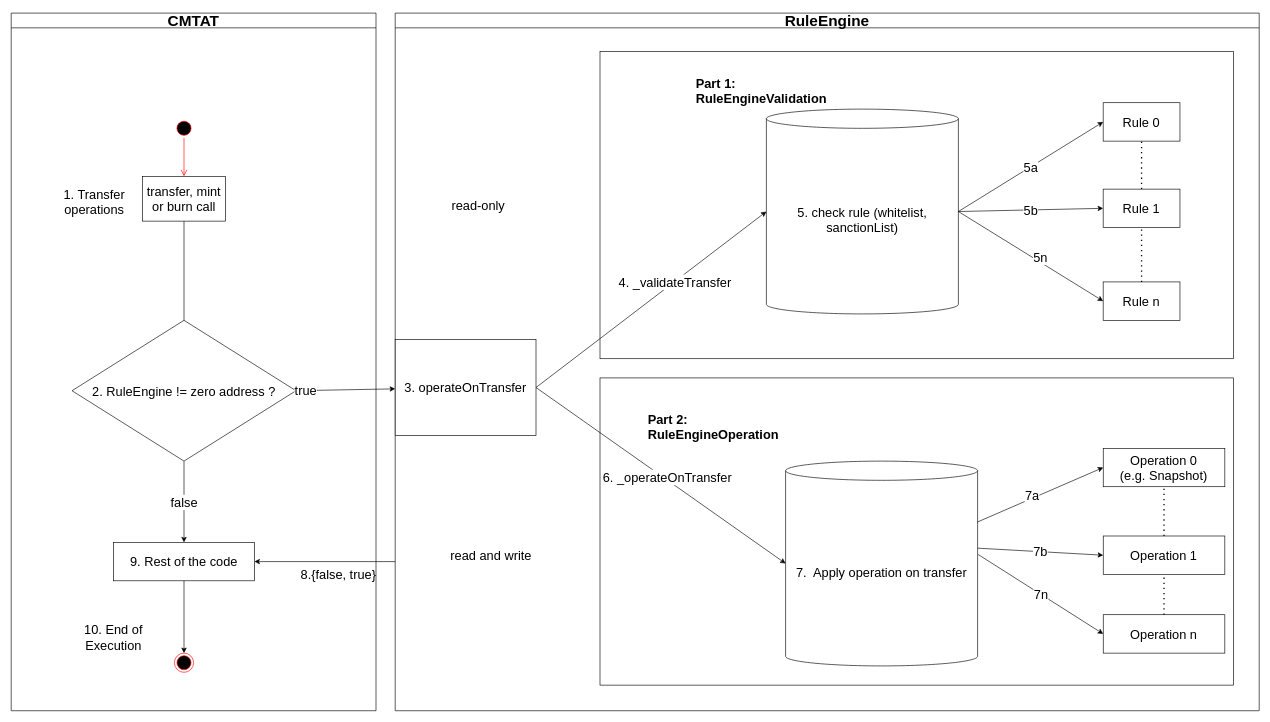
This is page "RuleEngine" (2 of 8) of doc/schema/drawio/Engine.drawio from CMTA/CMTAT, a draw.io file, before an edit. Source tidied: cells renumbered, new cells numbered last; positions are measured from the earlier drawing's top-left corner, leaving out a move shared by most shapes. Both pictures are drawn from the tidied source at 64%, with x=0, y=0 at pixel (11, 13).
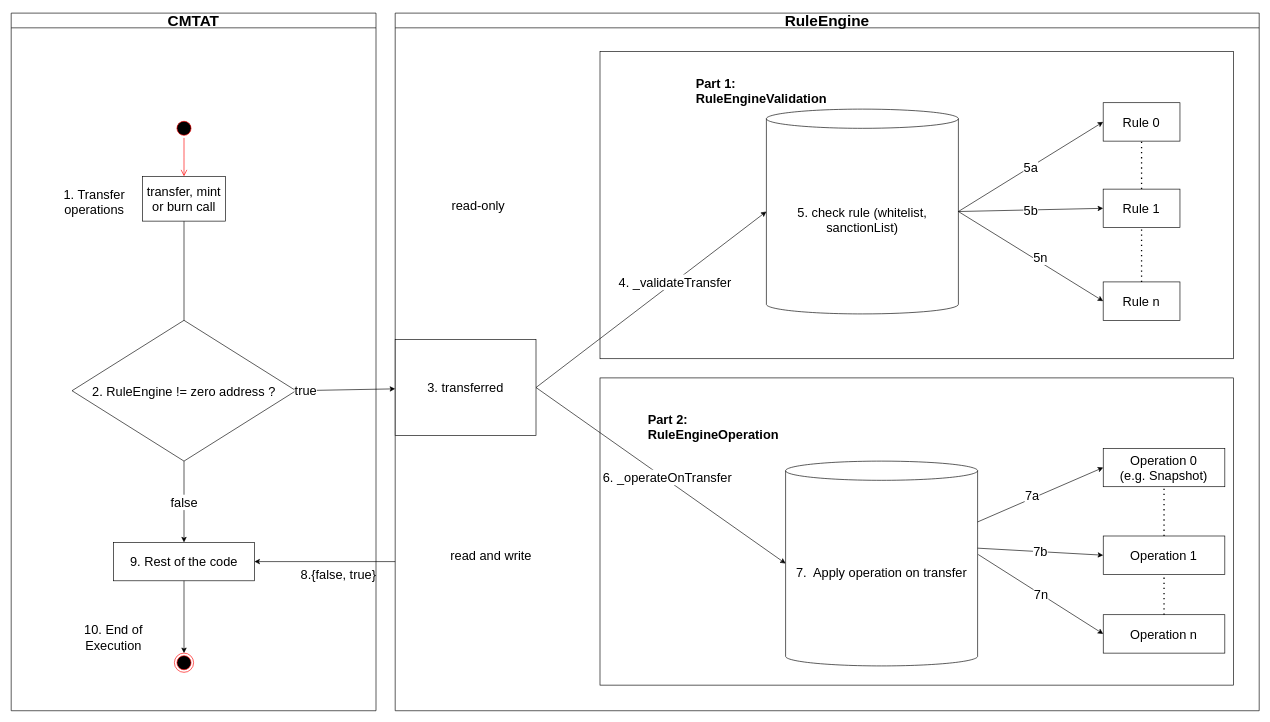
Above is the later version.

The change refers to these unchanged cells:
```xml
<mxCell id="4" value="&lt;font style=&quot;font-size: 24px;&quot;&gt;RuleEngine&lt;/font&gt;" style="swimlane;whiteSpace=wrap;html=1;fontSize=20;" parent="1" vertex="1">
  <mxGeometry x="600" width="1350" height="1090" as="geometry" />
</mxCell>
```

Diff of the diagram source:
```diff
@@
-    <mxCell id="7" value="3. operateOnTransfer" style="rounded=0;whiteSpace=wrap;html=1;fontSize=20;" parent="4" vertex="1">
+    <mxCell id="7" value="3. transferred" style="rounded=0;whiteSpace=wrap;html=1;fontSize=20;" parent="4" vertex="1">
       <mxGeometry y="510" width="220" height="150" as="geometry" />
     </mxCell>
```
